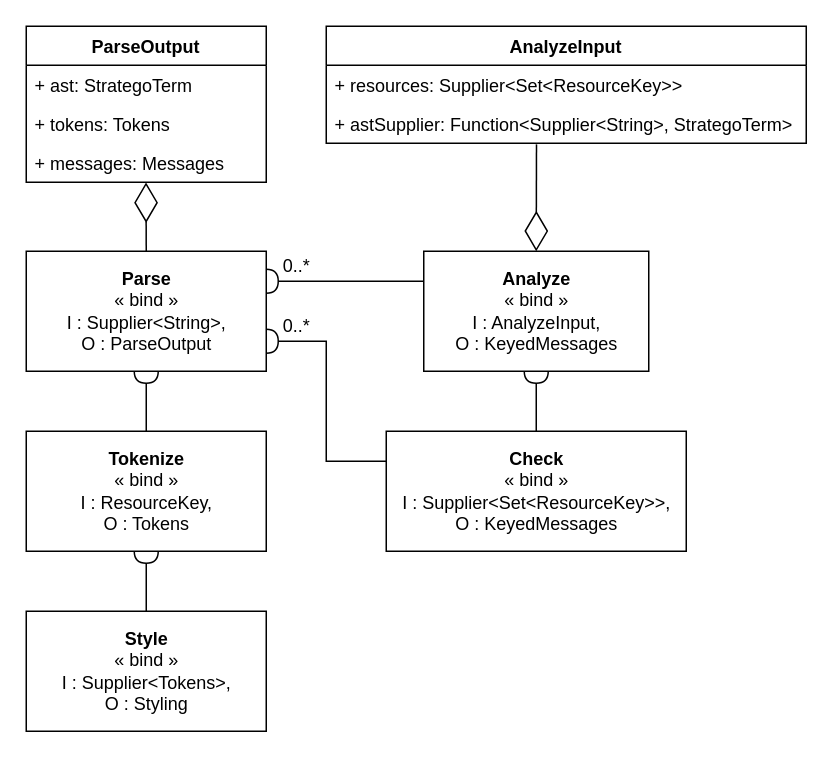
Above: page "MLA-UML" (14 of 16) of Spoofax3 Diagrams.drawio in AZWN/Spoofax-pie-diagrams (draw.io), before the change. Source tidied: cells renumbered, new cells numbered last; positions are measured from the earlier drawing's top-left corner, leaving out a move shared by most shapes. Both pictures are drawn from the tidied source at 150%, with x=0, y=0 at pixel (26, 26).
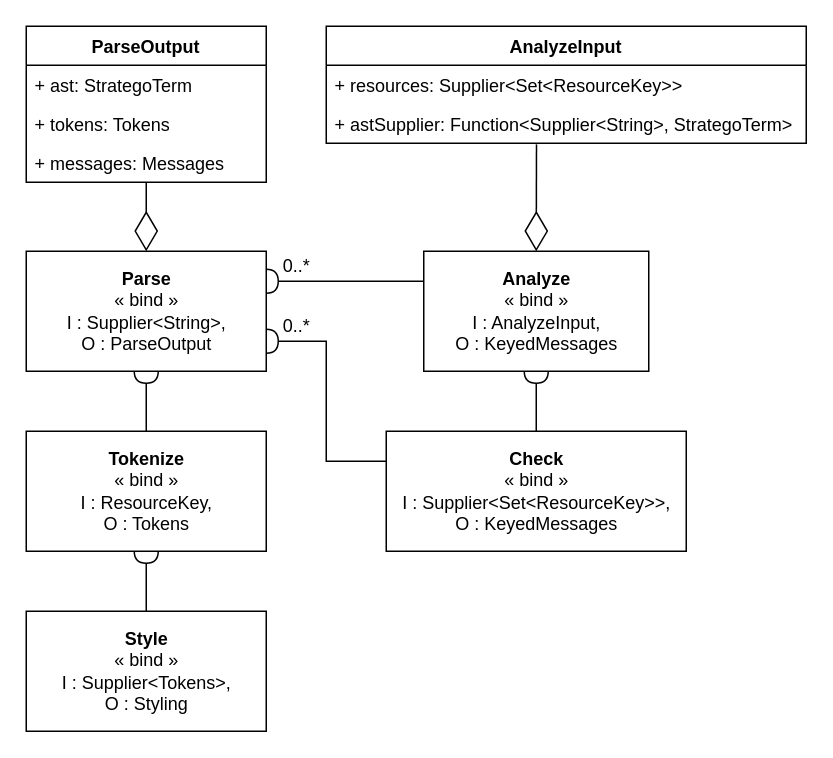
The same page after the edit.

Commit message:
Correct arrow

Unchanged cells that the change refers to:
```xml
<mxCell id="2" value="&lt;b&gt;Parse&lt;/b&gt;&lt;br&gt;« bind »&lt;br&gt;I : Supplier&amp;lt;String&amp;gt;, &lt;br&gt;O : ParseOutput" style="html=1;" parent="1" vertex="1">
  <mxGeometry y="150" width="160" height="80" as="geometry" />
</mxCell>
<mxCell id="16" value="+ messages: Messages" style="text;strokeColor=none;fillColor=none;align=left;verticalAlign=top;spacingLeft=4;spacingRight=4;overflow=hidden;points=[[0,0.5],[1,0.5]];portConstraint=eastwest;" parent="13" vertex="1">
  <mxGeometry y="78" width="160" height="26" as="geometry" />
</mxCell>
```

What changed in the source:
```diff
@@
-    <mxCell id="17" style="endArrow=diamondThin;endFill=0;endSize=24;html=1;entryX=0.499;entryY=1.005;entryDx=0;entryDy=0;entryPerimeter=0;exitX=0.5;exitY=0;exitDx=0;exitDy=0;" parent="1" edge="1" source="2" target="16">
+    <mxCell id="17" style="endArrow=diamondThin;endFill=0;endSize=24;html=1;exitX=0.5;exitY=1.002;exitDx=0;exitDy=0;exitPerimeter=0;entryX=0.5;entryY=0;entryDx=0;entryDy=0;" parent="1" edge="1" source="16" target="2">
       <mxGeometry relative="1" as="geometry" />
     </mxCell>
```
